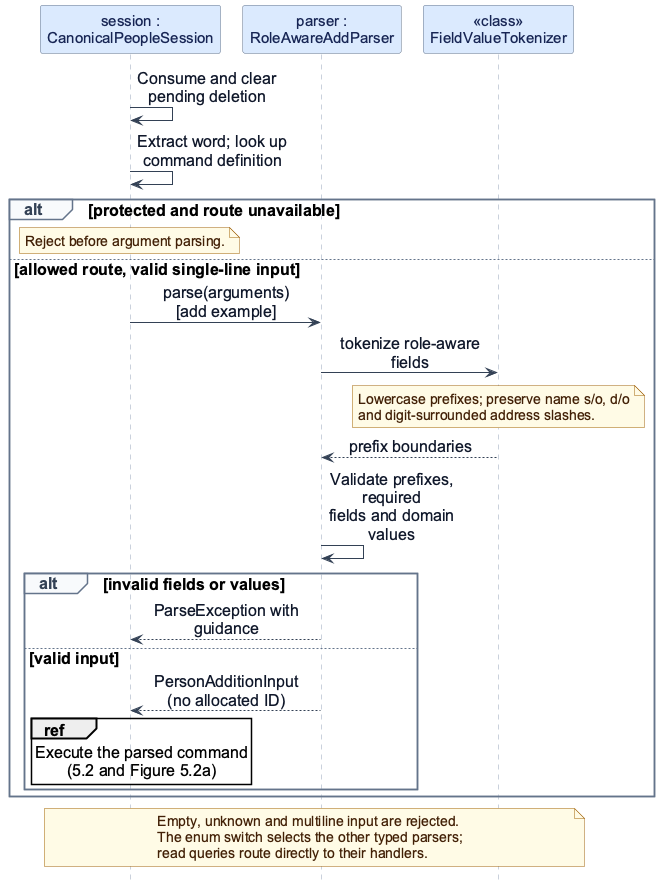
Earlier version of the PlantUML export docs/images/FeatureDispatch.png (AY2627S1-CS2103T-F13-3/tp).
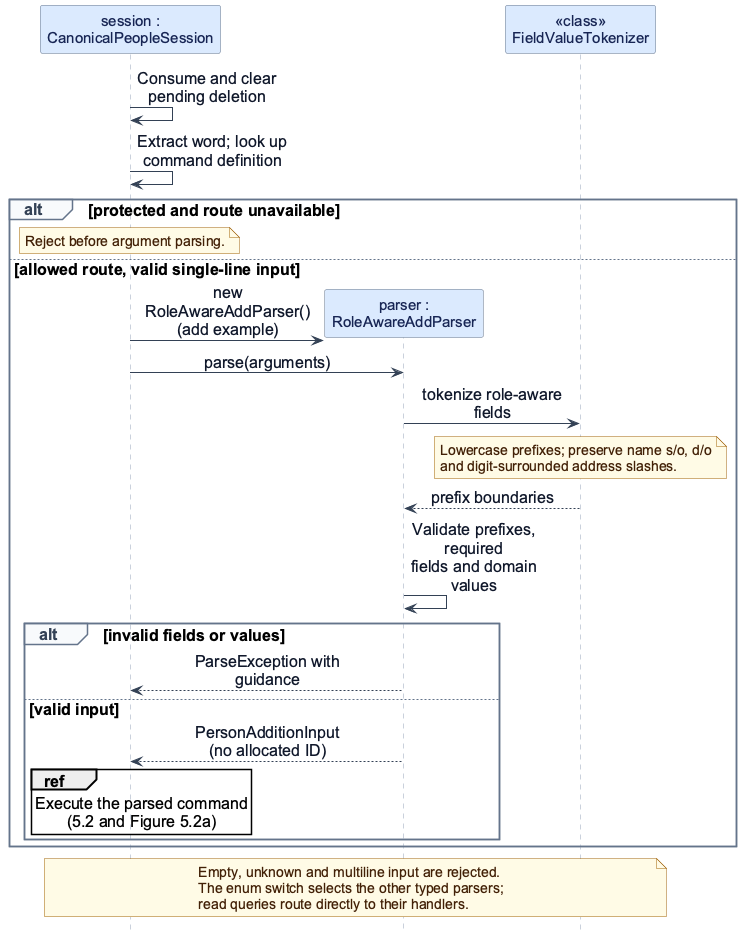
The same file after the commit.

Change to the diagram source:
```diff
@@ -1,15 +1,16 @@
 @startuml
 !include feature-sequence-style.iuml
 participant "session :\nCanonicalPeopleSession" as S
-participant "parser :\nRoleAwareAddParser" as P
-participant "<<class>>\nFieldValueTokenizer" as T
 
 S -> S : Consume and clear\npending deletion
 S -> S : Extract word; look up\ncommand definition
 alt protected and route unavailable
   note over S : Reject before argument parsing.
 else allowed route, valid single-line input
-  S -> P : parse(arguments)\n[add example]
+  create participant "parser :\nRoleAwareAddParser" as P
+  S -> P : new RoleAwareAddParser()\n(add example)
+  participant "<<class>>\nFieldValueTokenizer" as T
+  S -> P : parse(arguments)
   P -> T : tokenize role-aware fields
   note over T
     Lowercase prefixes; preserve name s/o, d/o
```
